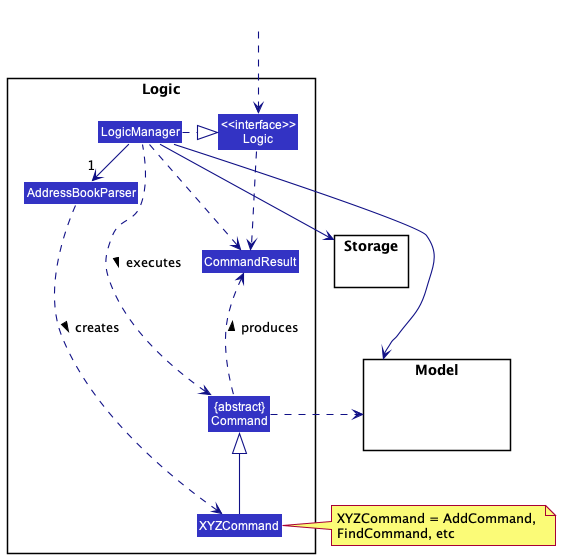
nus-cs2103-AY2223S2/tp keeps this PlantUML diagram as docs/images/LogicClassDiagram.png. Above is the earlier version.
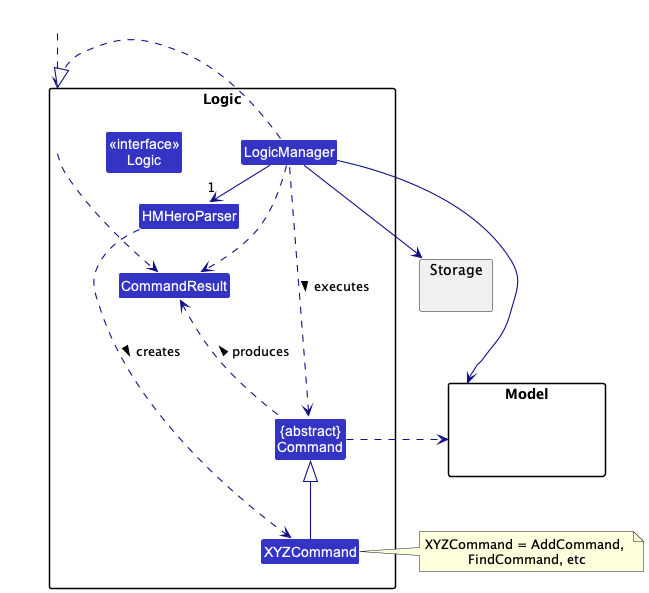
After the commit.

The edit, as a diff of the source:
```diff
@@ -6,7 +6,7 @@
 
 package Logic {
 
-Class AddressBookParser
+Class HMHeroParser
 Class XYZCommand
 Class CommandResult
 Class "{abstract}\nCommand" as Command
@@ -27,8 +27,8 @@
 HiddenOutside ..> Logic
 
 LogicManager .right.|> Logic
-LogicManager -right->"1" AddressBookParser
-AddressBookParser ..> XYZCommand : creates >
+LogicManager -right->"1" HMHeroParser
+HMHeroParser ..> XYZCommand : creates >
 
 XYZCommand -up-|> Command
 LogicManager .left.> Command : executes >
```
